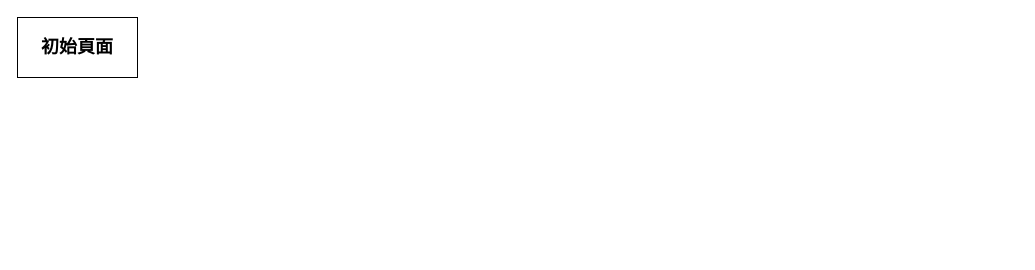
Earlier version of the draw.io diagram 未命名绘图.drawio (Yuankai619/Solid). Source tidied: cells renumbered, new cells numbered last; positions are measured from the earlier drawing's top-left corner, leaving out a move shared by most shapes. Both pictures are drawn from the tidied source at 100%, with x=0, y=0 at pixel (17, 17).
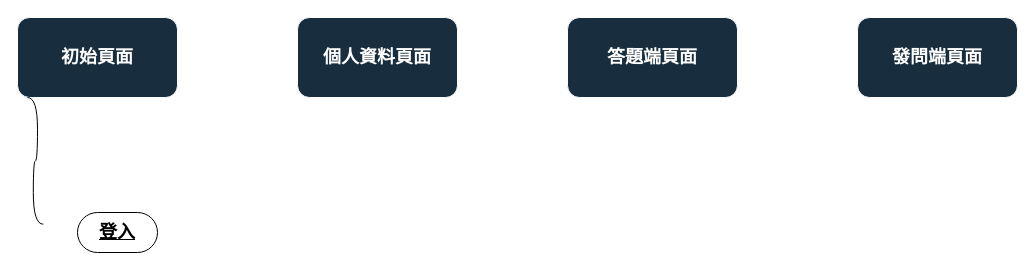
The same page after the edit.

Commit message (it also covers changes not shown here):
網頁架構圖.drawio

Change to the diagram source:
```diff
@@
 <mxGraphModel>
   <root>
     <mxCell id="0" />
     <mxCell id="1" parent="0" />
-    <mxCell id="2" value="&lt;b&gt;&lt;font style=&quot;font-size: 18px;&quot;&gt;初始頁面&lt;/font&gt;&lt;/b&gt;" style="rounded=0;whiteSpace=wrap;html=1;" parent="1" vertex="1">
-      <mxGeometry width="120" height="60" as="geometry" />
+    <mxCell id="2" value="&lt;b&gt;&lt;font style=&quot;font-size: 18px;&quot;&gt;初始頁面&lt;/font&gt;&lt;/b&gt;" style="rounded=1;whiteSpace=wrap;html=1;labelBackgroundColor=none;fillColor=#182E3E;strokeColor=#FFFFFF;fontColor=#FFFFFF;align=center;shadow=0;flipH=1;flipV=1;" parent="1" vertex="1">
+      <mxGeometry width="160" height="80" as="geometry" />
     </mxCell>
+    <mxCell id="3" value="&lt;span style=&quot;font-size: 18px;&quot;&gt;&lt;b&gt;個人資料頁面&lt;/b&gt;&lt;/span&gt;" style="rounded=1;whiteSpace=wrap;html=1;labelBackgroundColor=none;fillColor=#182E3E;strokeColor=#FFFFFF;fontColor=#FFFFFF;align=center;shadow=0;flipH=1;flipV=1;" parent="1" vertex="1">
+      <mxGeometry x="280" width="160" height="80" as="geometry" />
+    </mxCell>
+    <mxCell id="4" value="&lt;b&gt;&lt;font style=&quot;font-size: 18px;&quot;&gt;答題端頁面&lt;/font&gt;&lt;/b&gt;" style="rounded=1;whiteSpace=wrap;html=1;labelBackgroundColor=none;fillColor=#182E3E;strokeColor=#FFFFFF;fontColor=#FFFFFF;align=center;shadow=0;flipH=1;flipV=1;" parent="1" vertex="1">
+      <mxGeometry x="550" width="170" height="80" as="geometry" />
+    </mxCell>
+    <mxCell id="5" value="&lt;b&gt;&lt;font style=&quot;font-size: 18px;&quot;&gt;發問端頁面&lt;/font&gt;&lt;/b&gt;" style="rounded=1;whiteSpace=wrap;html=1;labelBackgroundColor=none;fillColor=#182E3E;strokeColor=#FFFFFF;fontColor=#FFFFFF;align=center;shadow=0;flipH=1;flipV=1;" parent="1" vertex="1">
+      <mxGeometry x="840" width="160" height="80" as="geometry" />
+    </mxCell>
+    <mxCell id="6" value="&lt;b&gt;&lt;font style=&quot;font-size: 18px;&quot;&gt;登入&lt;/font&gt;&lt;/b&gt;" style="whiteSpace=wrap;html=1;rounded=1;arcSize=50;align=center;verticalAlign=middle;strokeWidth=1;spacing=4;newEdgeStyle={&quot;edgeStyle&quot;:&quot;entityRelationEdgeStyle&quot;,&quot;startArrow&quot;:&quot;none&quot;,&quot;endArrow&quot;:&quot;none&quot;,&quot;segment&quot;:10,&quot;curved&quot;:1,&quot;sourcePerimeterSpacing&quot;:0,&quot;targetPerimeterSpacing&quot;:0};fontStyle=4;" parent="1" vertex="1">
+      <mxGeometry x="60" y="195" width="80" height="40" as="geometry" />
+    </mxCell>
+    <mxCell id="7" style="edgeStyle=entityRelationEdgeStyle;startArrow=none;endArrow=none;segment=10;curved=1;sourcePerimeterSpacing=0;targetPerimeterSpacing=0;rounded=0;exitX=0.411;exitY=0.021;exitDx=0;exitDy=0;exitPerimeter=0;" parent="1" edge="1">
+      <mxGeometry relative="1" as="geometry">
+        <mxPoint x="10" y="80" as="sourcePoint" />
+        <mxPoint x="25.8" y="206.7" as="targetPoint" />
+      </mxGeometry>
+    </mxCell>
   </root>
 </mxGraphModel>
```
